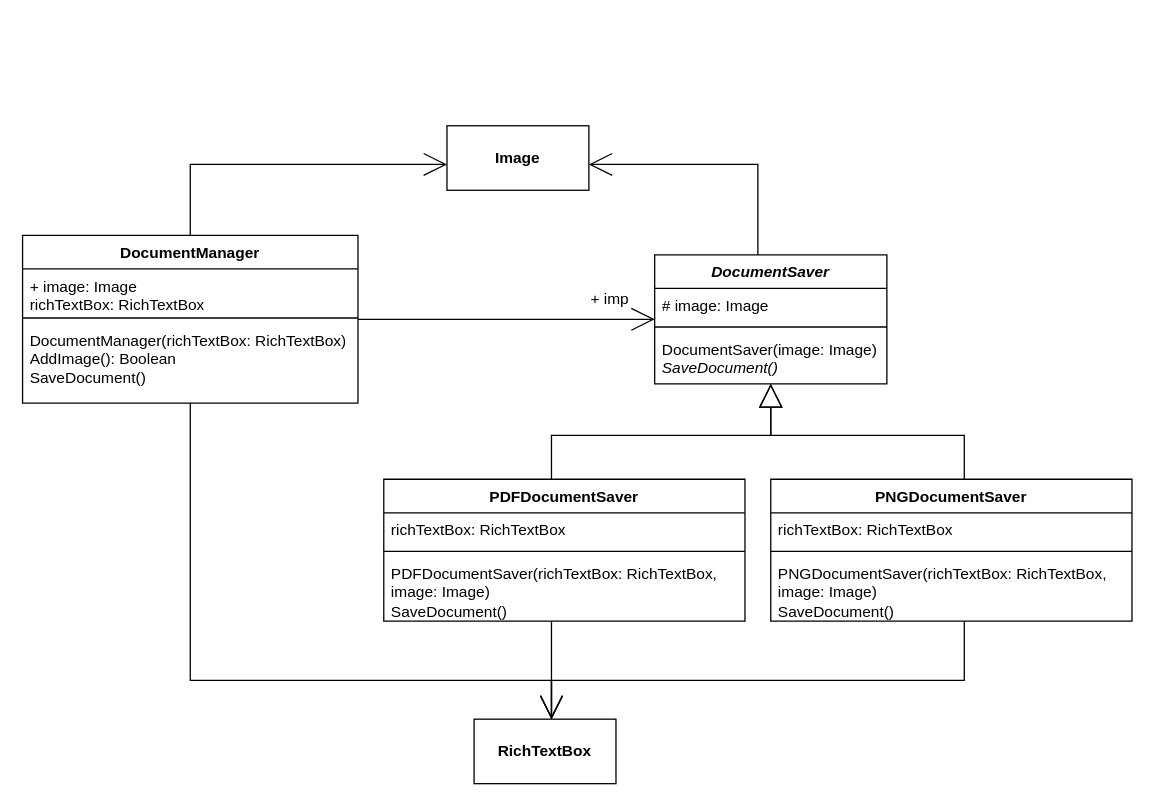
Earlier version of the draw.io diagram Bridge.drawio (Mrfartam/Patterns). Source tidied: cells renumbered, new cells numbered last; positions are measured from the earlier drawing's top-left corner, leaving out a move shared by most shapes. Both pictures are drawn from the tidied source at 129%, with x=0, y=0 at pixel (22, 125).
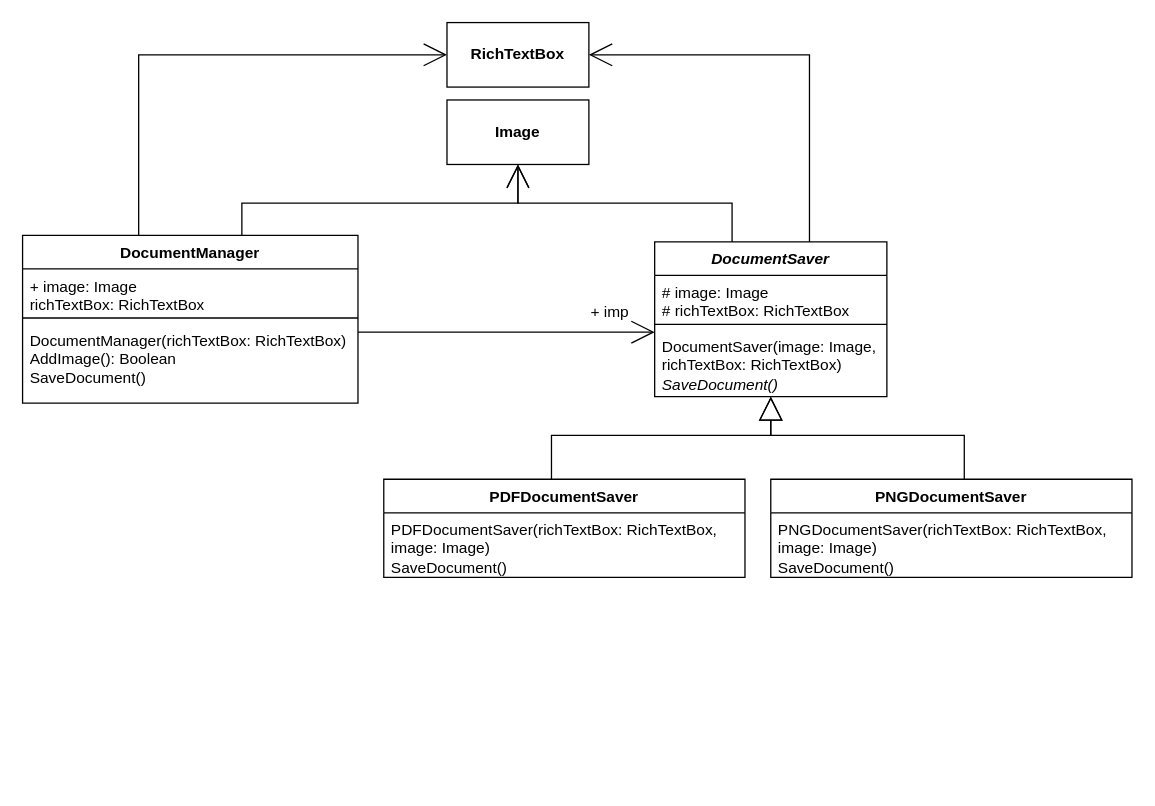
The same page after the edit.

The change refers to these unchanged cells:
```xml
<mxCell id="5" value="DocumentManager" style="swimlane;fontStyle=1;align=center;verticalAlign=top;horizontal=1;startSize=26;whiteSpace=wrap;html=1;" parent="1" vertex="1">
  <mxGeometry y="85" width="260" height="130" as="geometry" />
</mxCell>
```

Diff of the diagram source:
```diff
@@
     <mxCell id="2" style="edgeStyle=orthogonalEdgeStyle;rounded=0;jettySize=auto;html=1;endSize=16;endArrow=open;endFill=0;" parent="1" edge="1" source="5" target="25">
-      <mxGeometry relative="1" as="geometry" />
+      <mxGeometry relative="1" as="geometry">
+        <Array as="points">
+          <mxPoint x="360" y="160" />
+          <mxPoint x="360" y="160" />
+        </Array>
+      </mxGeometry>
     </mxCell>
     <mxCell id="3" style="edgeStyle=orthogonalEdgeStyle;rounded=0;jettySize=auto;html=1;endSize=16;endArrow=open;endFill=0;" parent="1" edge="1" source="5" target="23">
       <mxGeometry relative="1" as="geometry">
         <Array as="points">
-          <mxPoint x="130" y="30" />
+          <mxPoint x="170" y="60" />
+          <mxPoint x="384" y="60" />
         </Array>
       </mxGeometry>
     </mxCell>
     <mxCell id="4" style="edgeStyle=orthogonalEdgeStyle;rounded=0;jettySize=auto;html=1;endSize=16;endArrow=open;endFill=0;" parent="1" edge="1" source="5" target="22">
       <mxGeometry relative="1" as="geometry">
         <Array as="points">
-          <mxPoint x="130" y="430" />
-          <mxPoint x="410" y="430" />
+          <mxPoint x="90" y="-55" />
         </Array>
       </mxGeometry>
     </mxCell>
@@
-    <mxCell id="11" style="edgeStyle=orthogonalEdgeStyle;rounded=0;jettySize=auto;html=1;endSize=16;endArrow=open;endFill=0;" parent="1" edge="1" source="12" target="22">
-      <mxGeometry relative="1" as="geometry">
-        <Array as="points">
-          <mxPoint x="410" y="420" />
-          <mxPoint x="410" y="420" />
-        </Array>
-      </mxGeometry>
-    </mxCell>
     <mxCell id="12" value="PDFDocumentSaver" style="swimlane;fontStyle=1;align=center;verticalAlign=top;horizontal=1;startSize=26;whiteSpace=wrap;html=1;" parent="1" vertex="1">
-      <mxGeometry x="280" y="274" width="280" height="110" as="geometry" />
+      <mxGeometry x="280" y="274" width="280" height="76" as="geometry" />
     </mxCell>
-    <mxCell id="13" value="richTextBox: RichTextBox" style="text;strokeColor=none;fillColor=none;align=left;verticalAlign=top;spacingLeft=4;spacingRight=4;overflow=hidden;whiteSpace=wrap;html=1;" parent="12" vertex="1">
-      <mxGeometry y="26" width="280" height="26" as="geometry" />
-    </mxCell>
-    <mxCell id="14" style="line;strokeWidth=1;fillColor=none;align=left;verticalAlign=middle;spacingTop=-1;spacingLeft=3;spacingRight=3;labelPosition=right;strokeColor=inherit;" parent="12" vertex="1">
-      <mxGeometry y="52" width="280" height="8" as="geometry" />
-    </mxCell>
     <mxCell id="15" value="PDFDocumentSaver(richTextBox: RichTextBox, image: Image)&lt;div&gt;SaveDocument()&lt;/div&gt;" style="text;strokeColor=none;fillColor=none;align=left;verticalAlign=top;spacingLeft=4;spacingRight=4;overflow=hidden;whiteSpace=wrap;html=1;" parent="12" vertex="1">
-      <mxGeometry y="60" width="280" height="50" as="geometry" />
+      <mxGeometry y="26" width="280" height="50" as="geometry" />
     </mxCell>
-    <mxCell id="16" style="edgeStyle=orthogonalEdgeStyle;rounded=0;jettySize=auto;html=1;endSize=16;endArrow=open;endFill=0;" parent="1" edge="1" source="17" target="22">
+    <mxCell id="16" style="edgeStyle=orthogonalEdgeStyle;rounded=0;jettySize=auto;html=1;endSize=16;endArrow=open;endFill=0;" parent="1" edge="1" source="25" target="22">
       <mxGeometry relative="1" as="geometry">
         <Array as="points">
-          <mxPoint x="730" y="430" />
-          <mxPoint x="410" y="430" />
+          <mxPoint x="610" y="-55" />
         </Array>
       </mxGeometry>
     </mxCell>
     <mxCell id="17" value="PNGDocumentSaver" style="swimlane;fontStyle=1;align=center;verticalAlign=top;horizontal=1;startSize=26;whiteSpace=wrap;html=1;" parent="1" vertex="1">
-      <mxGeometry x="580" y="274" width="280" height="110" as="geometry" />
+      <mxGeometry x="580" y="274" width="280" height="76" as="geometry" />
     </mxCell>
-    <mxCell id="18" value="richTextBox: RichTextBox" style="text;strokeColor=none;fillColor=none;align=left;verticalAlign=top;spacingLeft=4;spacingRight=4;overflow=hidden;whiteSpace=wrap;html=1;" parent="17" vertex="1">
-      <mxGeometry y="26" width="280" height="26" as="geometry" />
-    </mxCell>
-    <mxCell id="19" style="line;strokeWidth=1;fillColor=none;align=left;verticalAlign=middle;spacingTop=-1;spacingLeft=3;spacingRight=3;labelPosition=right;strokeColor=inherit;" parent="17" vertex="1">
-      <mxGeometry y="52" width="280" height="8" as="geometry" />
-    </mxCell>
     <mxCell id="20" value="PNGDocumentSaver(richTextBox: RichTextBox, image: Image)&lt;div&gt;SaveDocument()&lt;/div&gt;" style="text;strokeColor=none;fillColor=none;align=left;verticalAlign=top;spacingLeft=4;spacingRight=4;overflow=hidden;whiteSpace=wrap;html=1;" parent="17" vertex="1">
-      <mxGeometry y="60" width="280" height="50" as="geometry" />
+      <mxGeometry y="26" width="280" height="50" as="geometry" />
     </mxCell>
     <mxCell id="21" value="&lt;font&gt;+ imp&lt;/font&gt;" style="text;html=1;align=center;verticalAlign=middle;strokeColor=none;fillColor=none;" parent="1" vertex="1">
-      <mxGeometry x="430" y="120" width="50" height="30" as="geometry" />
+      <mxGeometry x="430" y="130" width="50" height="30" as="geometry" />
     </mxCell>
     <mxCell id="22" value="&lt;b&gt;RichTextBox&lt;/b&gt;" style="html=1;whiteSpace=wrap;" parent="1" vertex="1">
-      <mxGeometry x="350" y="460" width="110" height="50" as="geometry" />
+      <mxGeometry x="329" y="-80" width="110" height="50" as="geometry" />
     </mxCell>
     <mxCell id="23" value="&lt;b&gt;Image&lt;/b&gt;" style="html=1;whiteSpace=wrap;" parent="1" vertex="1">
-      <mxGeometry x="329" width="110" height="50" as="geometry" />
+      <mxGeometry x="329" y="-20" width="110" height="50" as="geometry" />
     </mxCell>
     <mxCell id="24" style="edgeStyle=orthogonalEdgeStyle;rounded=0;jettySize=auto;html=1;endArrow=open;endFill=0;endSize=16;" parent="1" edge="1" source="25" target="23">
       <mxGeometry relative="1" as="geometry">
         <Array as="points">
-          <mxPoint x="570" y="30" />
+          <mxPoint x="550" y="60" />
+          <mxPoint x="384" y="60" />
         </Array>
       </mxGeometry>
     </mxCell>
     <mxCell id="25" value="&lt;i&gt;DocumentSaver&lt;/i&gt;" style="swimlane;fontStyle=1;align=center;verticalAlign=top;horizontal=1;startSize=26;whiteSpace=wrap;html=1;" parent="1" vertex="1">
-      <mxGeometry x="490" y="100" width="180" height="100" as="geometry" />
+      <mxGeometry x="490" y="90" width="180" height="120" as="geometry" />
     </mxCell>
-    <mxCell id="26" value="# image: Image" style="text;strokeColor=none;fillColor=none;align=left;verticalAlign=top;spacingLeft=4;spacingRight=4;overflow=hidden;whiteSpace=wrap;html=1;" parent="25" vertex="1">
-      <mxGeometry y="26" width="180" height="26" as="geometry" />
+    <mxCell id="26" value="# image: Image&lt;div&gt;# richTextBox: RichTextBox&lt;/div&gt;" style="text;strokeColor=none;fillColor=none;align=left;verticalAlign=top;spacingLeft=4;spacingRight=4;overflow=hidden;whiteSpace=wrap;html=1;" parent="25" vertex="1">
+      <mxGeometry y="26" width="180" height="34" as="geometry" />
     </mxCell>
     <mxCell id="27" style="line;strokeWidth=1;fillColor=none;align=left;verticalAlign=middle;spacingTop=-1;spacingLeft=3;spacingRight=3;labelPosition=right;strokeColor=inherit;" parent="25" vertex="1">
-      <mxGeometry y="52" width="180" height="8" as="geometry" />
+      <mxGeometry y="60" width="180" height="8" as="geometry" />
     </mxCell>
-    <mxCell id="28" value="DocumentSaver(image: Image)&lt;div&gt;&lt;i&gt;SaveDocument()&lt;/i&gt;&lt;/div&gt;" style="text;strokeColor=none;fillColor=none;align=left;verticalAlign=top;spacingLeft=4;spacingRight=4;overflow=hidden;whiteSpace=wrap;html=1;" parent="25" vertex="1">
-      <mxGeometry y="60" width="180" height="40" as="geometry" />
+    <mxCell id="28" value="DocumentSaver(image: Image, richTextBox: RichTextBox)&lt;div&gt;&lt;i&gt;SaveDocument()&lt;/i&gt;&lt;/div&gt;" style="text;strokeColor=none;fillColor=none;align=left;verticalAlign=top;spacingLeft=4;spacingRight=4;overflow=hidden;whiteSpace=wrap;html=1;" parent="25" vertex="1">
+      <mxGeometry y="68" width="180" height="52" as="geometry" />
     </mxCell>
```
